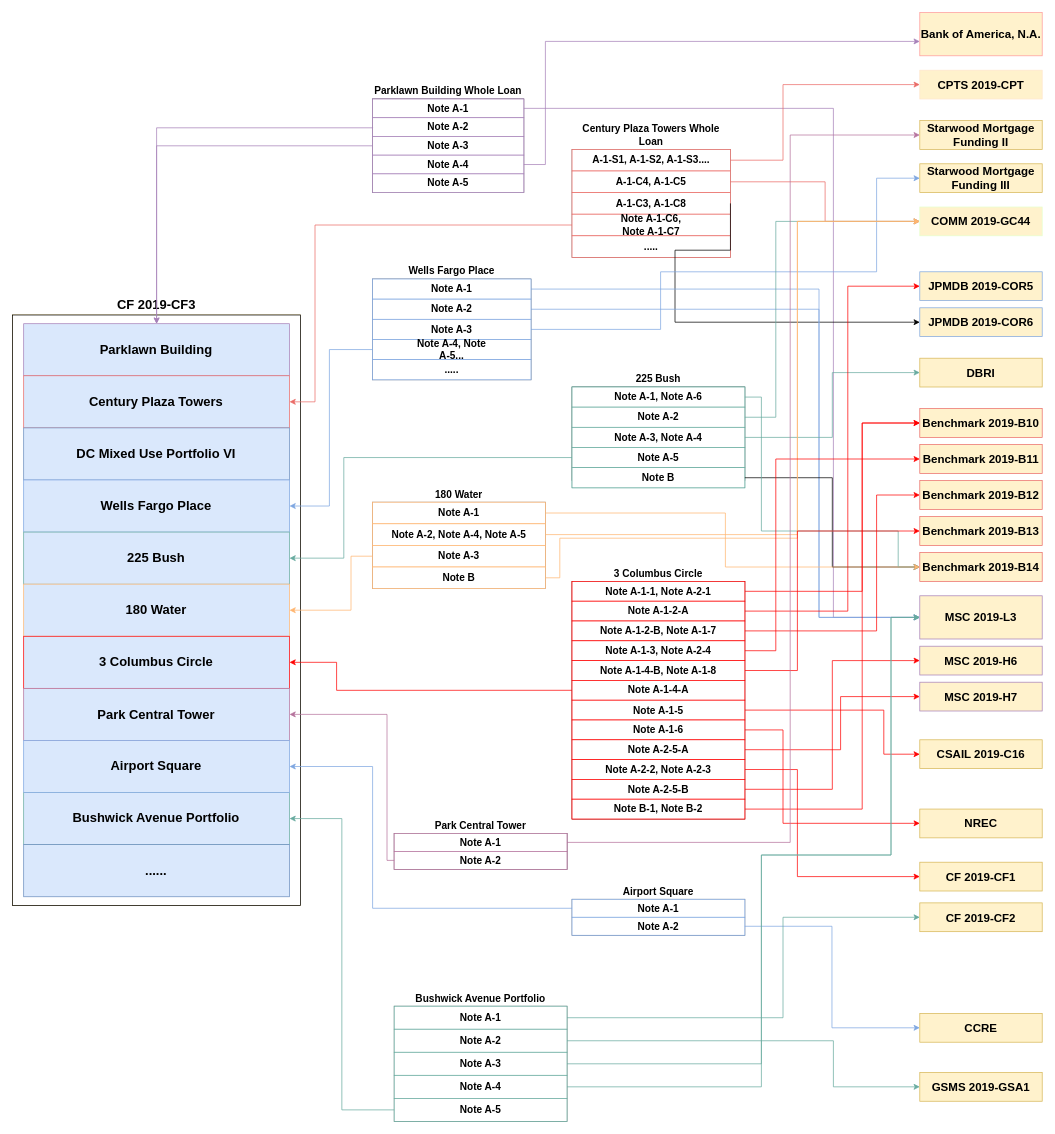
The draw.io diagram Untitled Diagram.drawio in fubiye/edgar-abs-design, before the edit. Source tidied: cells renumbered, new cells numbered last; positions are measured from the earlier drawing's top-left corner, leaving out a move shared by most shapes. Both pictures are drawn from the tidied source at 72%, with x=0, y=0 at pixel (12, 12).
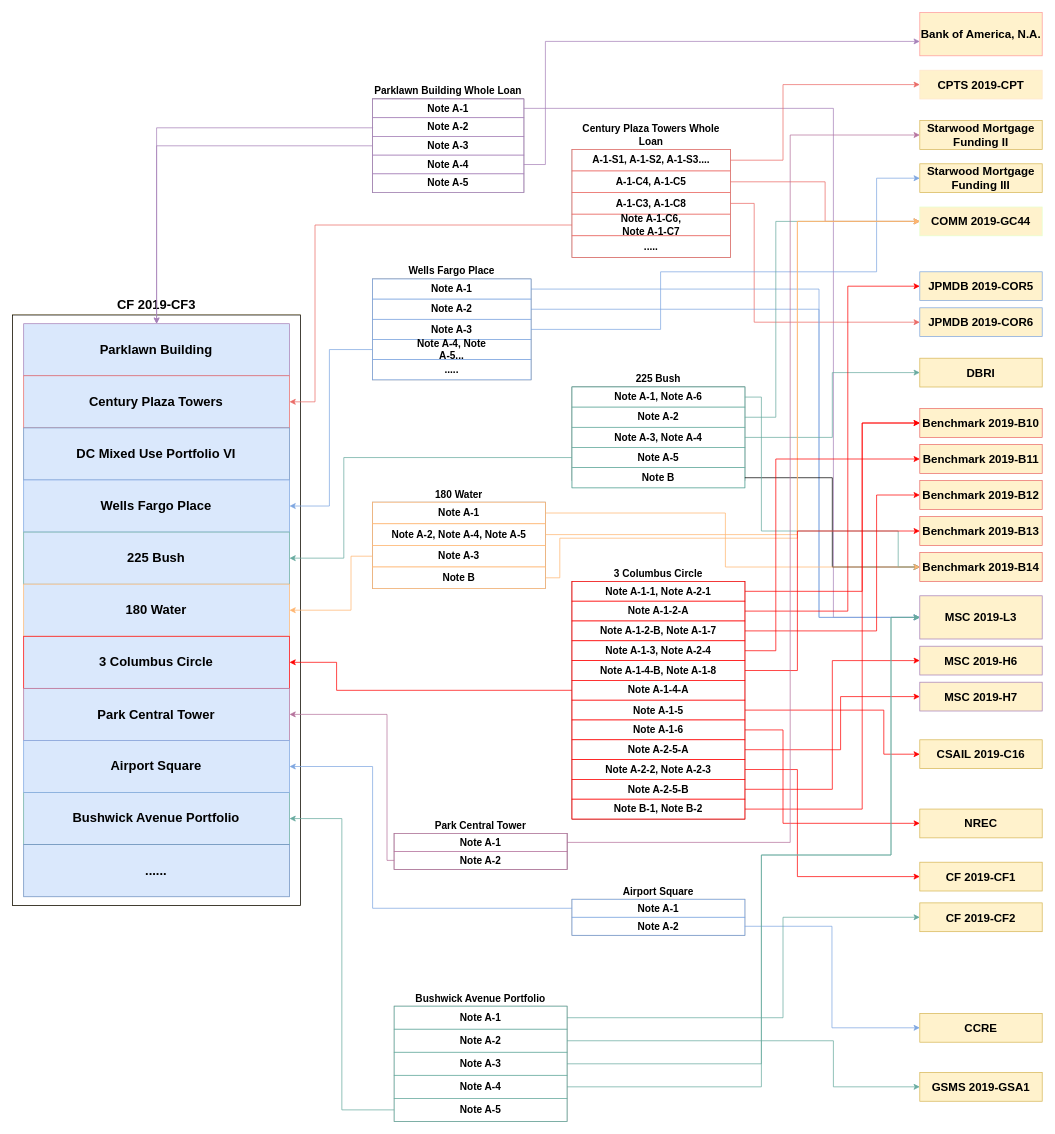
Above is the later version.

Commit message:
correct links

The change refers to these unchanged cells:
```xml
<mxCell id="31" value="&lt;b style=&quot;font-size: 14px;&quot;&gt;A-1-C3, A-1-C8&lt;/b&gt;" style="rounded=0;whiteSpace=wrap;html=1;align=center;fontSize=14;strokeColor=#EA6B66;" parent="27" vertex="1">
  <mxGeometry y="60" width="220" height="30" as="geometry" />
</mxCell>
<mxCell id="39" value="&lt;span style=&quot;font-size: 16px;&quot;&gt;JPMDB 2019-COR6&lt;/span&gt;" style="rounded=0;whiteSpace=wrap;html=1;align=center;fillColor=#fff2cc;strokeColor=#7EA6E0;fontSize=16;fontStyle=1;" parent="1" vertex="1">
  <mxGeometry x="1260" y="410" width="170" height="40" as="geometry" />
</mxCell>
```

What changed in the source:
```diff
@@
-    <mxCell id="40" style="edgeStyle=orthogonalEdgeStyle;rounded=0;jettySize=auto;html=1;exitX=1;exitY=0.5;exitDx=0;exitDy=0;entryX=0;entryY=0.5;entryDx=0;entryDy=0;" parent="1" edge="1" source="31" target="39">
+    <mxCell id="40" style="edgeStyle=orthogonalEdgeStyle;rounded=0;jettySize=auto;html=1;exitX=1;exitY=0.5;exitDx=0;exitDy=0;entryX=0;entryY=0.5;entryDx=0;entryDy=0;fontSize=14;strokeColor=#EA6B66;fillColor=#ffffff;" parent="1" edge="1" source="31" target="39">
       <mxGeometry relative="1" as="geometry">
         <Array as="points">
-          <mxPoint x="920" y="330" />
-          <mxPoint x="920" y="430" />
+          <mxPoint x="1030" y="265" />
+          <mxPoint x="1030" y="430" />
         </Array>
       </mxGeometry>
     </mxCell>
```
